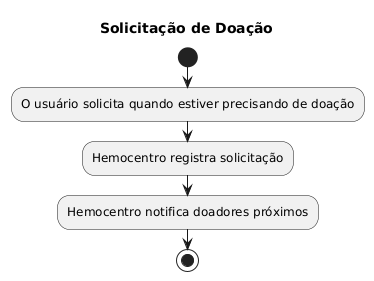
Above: Imagens/Atividade/Atividade-Solicitacao.png in hebertluisoficial/HEMOBILE_UML (PlantUML), before the change.
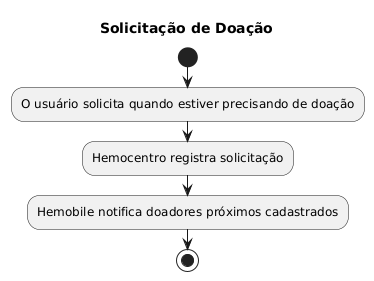
After the commit.

What changed in the source:
```diff
@@ -7,6 +7,6 @@
 
 :Hemocentro registra solicitação;
 
-:Hemocentro notifica doadores próximos;
+:Hemobile notifica doadores próximos cadastrados;
 stop
 @enduml
```
